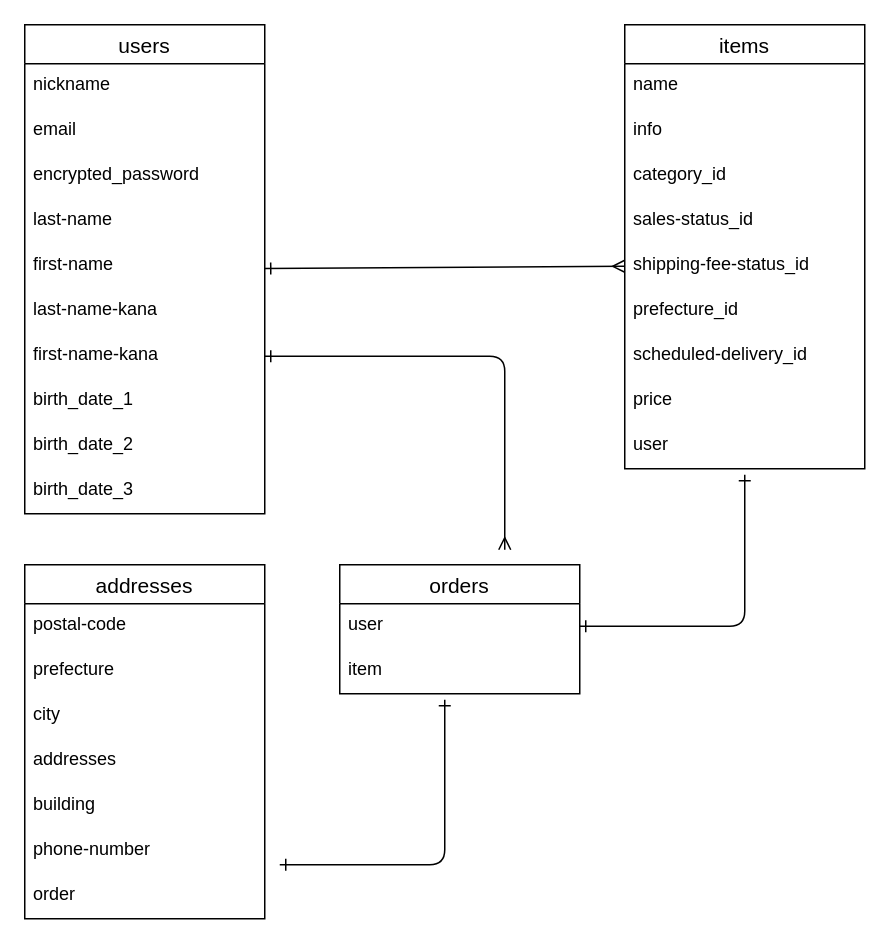
Before: ER.dio in asuhd66885/furima-38604, a draw.io diagram. Source tidied: cells renumbered, new cells numbered last; positions are measured from the earlier drawing's top-left corner, leaving out a move shared by most shapes. Both pictures are drawn from the tidied source at 150%, with x=0, y=0 at pixel (24, 24).
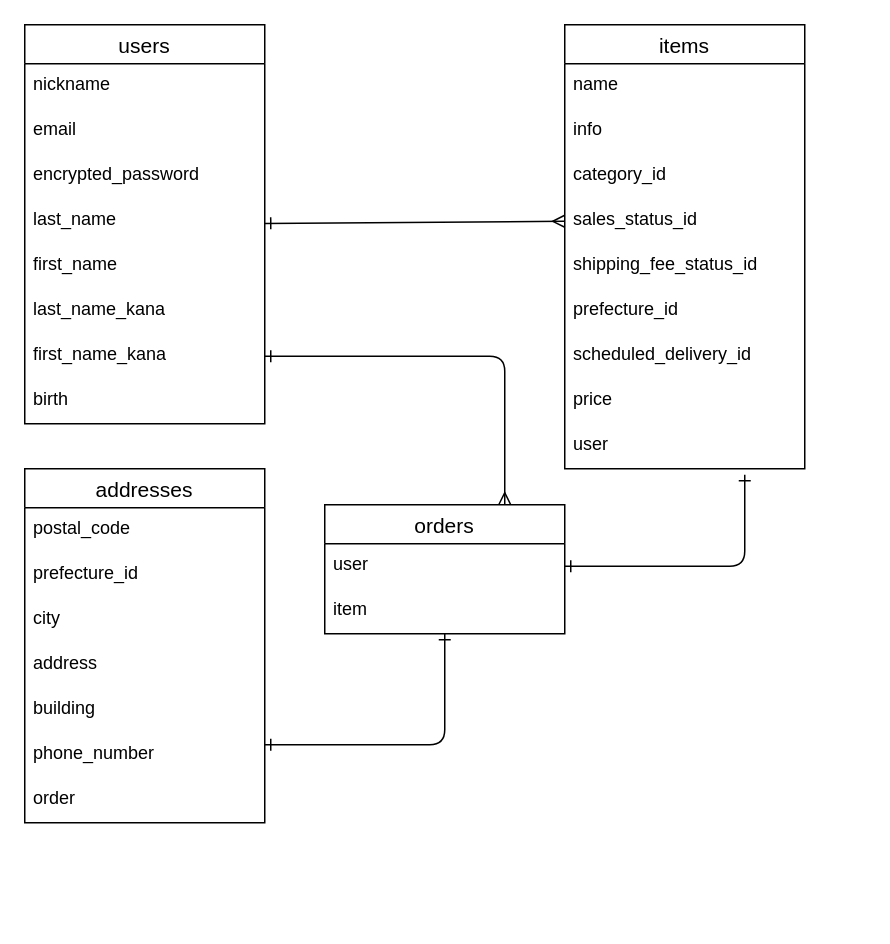
Above is the later version.

Commit message (it also covers changes not shown here):
データベース　修正２

Unchanged cells that the change refers to:
```xml
<mxCell id="16" value="user" style="text;strokeColor=none;fillColor=none;spacingLeft=4;spacingRight=4;overflow=hidden;points=[[0,0.5],[1,0.5]];portConstraint=eastwest;fontSize=12;" parent="15" vertex="1">
  <mxGeometry y="26" width="160" height="30" as="geometry" />
</mxCell>
```

What changed in the source:
```diff
@@
-    <mxCell id="2" style="edgeStyle=none;html=1;entryX=0;entryY=0.5;entryDx=0;entryDy=0;strokeColor=default;endArrow=ERmany;endFill=0;jumpSize=14;startArrow=ERone;startFill=0;targetPerimeterSpacing=8;" parent="1" edge="1" source="3" target="23">
+    <mxCell id="2" style="edgeStyle=none;html=1;entryX=0;entryY=0.5;entryDx=0;entryDy=0;strokeColor=default;endArrow=ERmany;endFill=0;jumpSize=14;startArrow=ERone;startFill=0;targetPerimeterSpacing=8;" parent="1" edge="1" source="3" target="22">
       <mxGeometry relative="1" as="geometry" />
     </mxCell>
     <mxCell id="3" value="users" style="swimlane;fontStyle=0;horizontal=1;startSize=26;align=center;fontSize=14;strokeColor=default;" parent="1" vertex="1">
-      <mxGeometry width="160" height="326" as="geometry" />
+      <mxGeometry width="160" height="266" as="geometry" />
     </mxCell>
@@
-    <mxCell id="7" value="last-name" style="text;strokeColor=none;fillColor=none;spacingLeft=4;spacingRight=4;overflow=hidden;fontSize=12;" parent="3" vertex="1">
+    <mxCell id="7" value="last_name" style="text;strokeColor=none;fillColor=none;spacingLeft=4;spacingRight=4;overflow=hidden;fontSize=12;" parent="3" vertex="1">
       <mxGeometry y="116" width="160" height="30" as="geometry" />
     </mxCell>
-    <mxCell id="8" value="first-name" style="text;strokeColor=none;fillColor=none;spacingLeft=4;spacingRight=4;overflow=hidden;fontSize=12;" parent="3" vertex="1">
+    <mxCell id="8" value="first_name" style="text;strokeColor=none;fillColor=none;spacingLeft=4;spacingRight=4;overflow=hidden;fontSize=12;" parent="3" vertex="1">
       <mxGeometry y="146" width="160" height="30" as="geometry" />
     </mxCell>
-    <mxCell id="9" value="last-name-kana" style="text;strokeColor=none;fillColor=none;spacingLeft=4;spacingRight=4;overflow=hidden;fontSize=12;" parent="3" vertex="1">
+    <mxCell id="9" value="last_name_kana" style="text;strokeColor=none;fillColor=none;spacingLeft=4;spacingRight=4;overflow=hidden;fontSize=12;" parent="3" vertex="1">
       <mxGeometry y="176" width="160" height="30" as="geometry" />
     </mxCell>
-    <mxCell id="10" value="first-name-kana" style="text;strokeColor=none;fillColor=none;spacingLeft=4;spacingRight=4;overflow=hidden;points=[[0,0.5],[1,0.5]];portConstraint=eastwest;fontSize=12;" parent="3" vertex="1">
+    <mxCell id="10" value="first_name_kana" style="text;strokeColor=none;fillColor=none;spacingLeft=4;spacingRight=4;overflow=hidden;points=[[0,0.5],[1,0.5]];portConstraint=eastwest;fontSize=12;" parent="3" vertex="1">
       <mxGeometry y="206" width="160" height="30" as="geometry" />
     </mxCell>
-    <mxCell id="11" value="birth_date_1" style="text;strokeColor=none;fillColor=none;spacingLeft=4;spacingRight=4;overflow=hidden;fontSize=12;" parent="3" vertex="1">
+    <mxCell id="11" value="birth" style="text;strokeColor=none;fillColor=none;spacingLeft=4;spacingRight=4;overflow=hidden;fontSize=12;" parent="3" vertex="1">
       <mxGeometry y="236" width="160" height="30" as="geometry" />
     </mxCell>
-    <mxCell id="12" value="birth_date_2" style="text;strokeColor=none;fillColor=none;spacingLeft=4;spacingRight=4;overflow=hidden;fontSize=12;" parent="3" vertex="1">
-      <mxGeometry y="266" width="160" height="30" as="geometry" />
-    </mxCell>
-    <mxCell id="13" value="birth_date_3" style="text;strokeColor=none;fillColor=none;spacingLeft=4;spacingRight=4;overflow=hidden;fontSize=12;" parent="3" vertex="1">
-      <mxGeometry y="296" width="160" height="30" as="geometry" />
-    </mxCell>
     <mxCell id="14" style="edgeStyle=none;jumpSize=14;html=1;exitX=1;exitY=0.5;exitDx=0;exitDy=0;startArrow=ERone;startFill=0;endArrow=ERone;endFill=0;targetPerimeterSpacing=8;strokeColor=default;" parent="1" edge="1" source="16">
       <mxGeometry relative="1" as="geometry">
         <mxPoint x="480" y="300" as="targetPoint" />
         <Array as="points">
-          <mxPoint x="480" y="401" />
+          <mxPoint x="480" y="361" />
         </Array>
       </mxGeometry>
     </mxCell>
     <mxCell id="15" value="orders" style="swimlane;fontStyle=0;horizontal=1;startSize=26;align=center;fontSize=14;direction=east;" parent="1" vertex="1">
-      <mxGeometry x="210" y="360" width="160" height="86" as="geometry" />
+      <mxGeometry x="200" y="320" width="160" height="86" as="geometry" />
     </mxCell>
@@
     <mxCell id="18" value="items" style="swimlane;fontStyle=0;horizontal=1;startSize=26;align=center;fontSize=14;" parent="1" vertex="1">
-      <mxGeometry x="400" width="160" height="296" as="geometry" />
+      <mxGeometry x="360" width="160" height="296" as="geometry" />
     </mxCell>
@@
-    <mxCell id="22" value="sales-status_id" style="text;strokeColor=none;fillColor=none;spacingLeft=4;spacingRight=4;overflow=hidden;points=[[0,0.5],[1,0.5]];portConstraint=eastwest;fontSize=12;" parent="18" vertex="1">
+    <mxCell id="22" value="sales_status_id" style="text;strokeColor=none;fillColor=none;spacingLeft=4;spacingRight=4;overflow=hidden;points=[[0,0.5],[1,0.5]];portConstraint=eastwest;fontSize=12;" parent="18" vertex="1">
       <mxGeometry y="116" width="160" height="30" as="geometry" />
     </mxCell>
-    <mxCell id="23" value="shipping-fee-status_id" style="text;strokeColor=none;fillColor=none;spacingLeft=4;spacingRight=4;overflow=hidden;points=[[0,0.5],[1,0.5]];portConstraint=eastwest;fontSize=12;" parent="18" vertex="1">
+    <mxCell id="23" value="shipping_fee_status_id" style="text;strokeColor=none;fillColor=none;spacingLeft=4;spacingRight=4;overflow=hidden;points=[[0,0.5],[1,0.5]];portConstraint=eastwest;fontSize=12;" parent="18" vertex="1">
       <mxGeometry y="146" width="160" height="30" as="geometry" />
     </mxCell>
@@
-    <mxCell id="25" value="scheduled-delivery_id" style="text;strokeColor=none;fillColor=none;spacingLeft=4;spacingRight=4;overflow=hidden;fontSize=12;" parent="18" vertex="1">
+    <mxCell id="25" value="scheduled_delivery_id" style="text;strokeColor=none;fillColor=none;spacingLeft=4;spacingRight=4;overflow=hidden;fontSize=12;" parent="18" vertex="1">
       <mxGeometry y="206" width="160" height="30" as="geometry" />
     </mxCell>
@@
     <mxCell id="28" value="addresses" style="swimlane;fontStyle=0;horizontal=1;startSize=26;align=center;fontSize=14;" parent="1" vertex="1">
-      <mxGeometry y="360" width="160" height="236" as="geometry" />
+      <mxGeometry y="296" width="160" height="236" as="geometry" />
     </mxCell>
-    <mxCell id="29" value="postal-code" style="text;strokeColor=none;fillColor=none;spacingLeft=4;spacingRight=4;overflow=hidden;fontSize=12;" parent="28" vertex="1">
+    <mxCell id="29" value="postal_code" style="text;strokeColor=none;fillColor=none;spacingLeft=4;spacingRight=4;overflow=hidden;fontSize=12;" parent="28" vertex="1">
       <mxGeometry y="26" width="160" height="30" as="geometry" />
     </mxCell>
-    <mxCell id="30" value="prefecture" style="text;strokeColor=none;fillColor=none;spacingLeft=4;spacingRight=4;overflow=hidden;fontSize=12;" parent="28" vertex="1">
+    <mxCell id="30" value="prefecture_id" style="text;strokeColor=none;fillColor=none;spacingLeft=4;spacingRight=4;overflow=hidden;fontSize=12;" parent="28" vertex="1">
       <mxGeometry y="56" width="160" height="30" as="geometry" />
     </mxCell>
@@
-    <mxCell id="32" value="addresses" style="text;strokeColor=none;fillColor=none;spacingLeft=4;spacingRight=4;overflow=hidden;fontSize=12;" parent="28" vertex="1">
+    <mxCell id="32" value="address" style="text;strokeColor=none;fillColor=none;spacingLeft=4;spacingRight=4;overflow=hidden;fontSize=12;" parent="28" vertex="1">
       <mxGeometry y="116" width="160" height="30" as="geometry" />
     </mxCell>
@@
-    <mxCell id="34" value="phone-number" style="text;strokeColor=none;fillColor=none;spacingLeft=4;spacingRight=4;overflow=hidden;points=[[0,0.5],[1,0.5]];portConstraint=eastwest;fontSize=12;" parent="28" vertex="1">
+    <mxCell id="34" value="phone_number" style="text;strokeColor=none;fillColor=none;spacingLeft=4;spacingRight=4;overflow=hidden;points=[[0,0.5],[1,0.5]];portConstraint=eastwest;fontSize=12;" parent="28" vertex="1">
       <mxGeometry y="176" width="160" height="30" as="geometry" />
     </mxCell>
@@
-    <mxCell id="36" style="edgeStyle=none;jumpSize=14;html=1;startArrow=ERone;startFill=0;endArrow=ERone;endFill=0;targetPerimeterSpacing=8;strokeColor=default;" parent="1" edge="1">
+    <mxCell id="36" style="edgeStyle=none;jumpSize=14;html=1;startArrow=ERone;startFill=0;endArrow=ERone;endFill=0;targetPerimeterSpacing=8;strokeColor=default;exitX=0.5;exitY=1;exitDx=0;exitDy=0;entryX=1;entryY=0.267;entryDx=0;entryDy=0;entryPerimeter=0;" parent="1" edge="1" source="15" target="34">
       <mxGeometry relative="1" as="geometry">
-        <mxPoint x="280" y="450" as="sourcePoint" />
-        <mxPoint x="170" y="560" as="targetPoint" />
         <Array as="points">
-          <mxPoint x="280" y="560" />
+          <mxPoint x="280" y="480" />
         </Array>
       </mxGeometry>
     </mxCell>
     <mxCell id="37" style="edgeStyle=none;jumpSize=14;html=1;exitX=1;exitY=0.5;exitDx=0;exitDy=0;startArrow=ERone;startFill=0;endArrow=ERmany;endFill=0;targetPerimeterSpacing=8;strokeColor=default;" parent="1" edge="1" source="10">
       <mxGeometry relative="1" as="geometry">
-        <mxPoint x="320" y="350" as="targetPoint" />
+        <mxPoint x="320" y="320" as="targetPoint" />
         <Array as="points">
           <mxPoint x="320" y="221" />
           <mxPoint x="320" y="289" />
         </Array>
       </mxGeometry>
     </mxCell>
```
